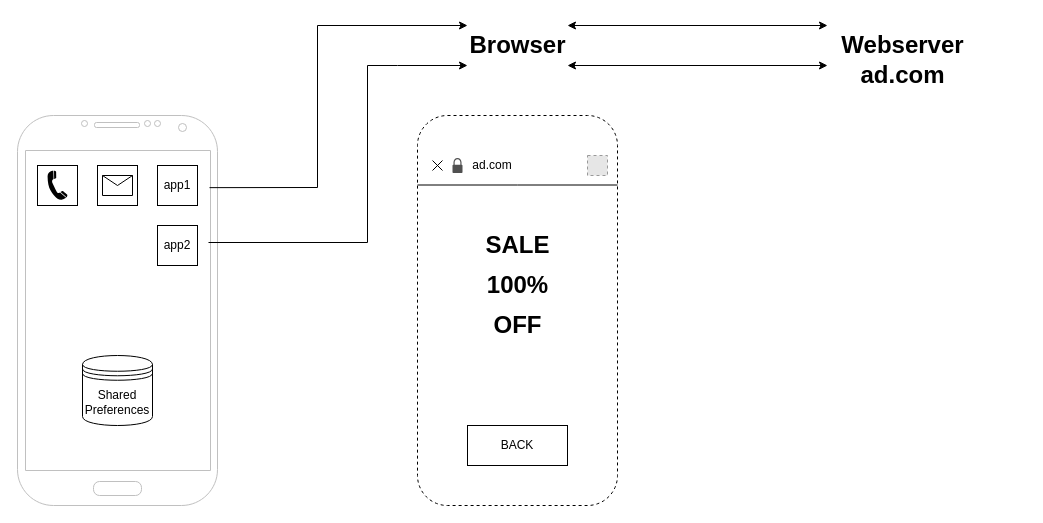
Before: thesis-template/res/Figures/Untitled Diagram.drawio in timchr42/thesis, a draw.io diagram. Source tidied: cells renumbered, new cells numbered last; positions are measured from the earlier drawing's top-left corner, leaving out a move shared by most shapes. Both pictures are drawn from the tidied source at 100%, with x=0, y=0 at pixel (17, 25). Pictures stored in the file or linked from it are replaced by grey dashed boxes.
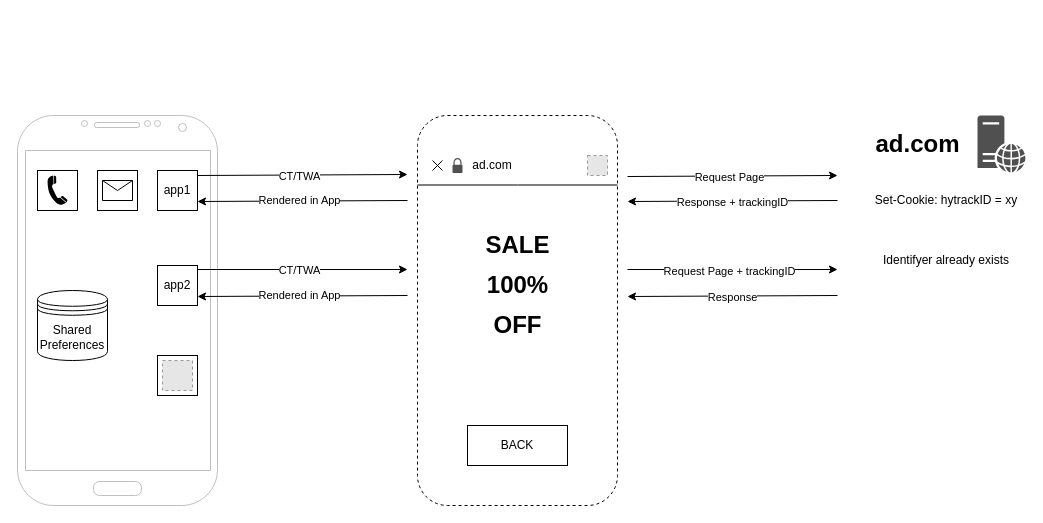
Above is the later version.

The change refers to these unchanged cells:
```xml
<mxCell id="4" style="verticalLabelPosition=bottom;verticalAlign=top;html=1;shadow=0;dashed=0;strokeWidth=1;shape=mxgraph.android.phone2;strokeColor=#c0c0c0;" parent="1" vertex="1">
  <mxGeometry y="90" width="200" height="390" as="geometry" />
</mxCell>
```

Diff of the diagram source:
```diff
@@
     <mxCell id="2" style="whiteSpace=wrap;html=1;" parent="1" vertex="1">
-      <mxGeometry x="80" y="140" width="40" height="40" as="geometry" />
+      <mxGeometry x="80" y="145" width="40" height="40" as="geometry" />
     </mxCell>
     <mxCell id="3" style="whiteSpace=wrap;html=1;" parent="1" vertex="1">
-      <mxGeometry x="20" y="140" width="40" height="40" as="geometry" />
+      <mxGeometry x="20" y="145" width="40" height="40" as="geometry" />
     </mxCell>
@@
     <mxCell id="5" style="shape=mxgraph.signs.tech.telephone_3;html=1;fillColor=#000000;strokeColor=none;verticalLabelPosition=bottom;verticalAlign=top;align=center;" parent="1" vertex="1">
-      <mxGeometry x="30" y="145" width="20" height="30" as="geometry" />
+      <mxGeometry x="30" y="150" width="20" height="30" as="geometry" />
     </mxCell>
     <mxCell id="6" style="shape=message;html=1;html=1;labelPosition=center;verticalLabelPosition=bottom;align=center;verticalAlign=top;" parent="1" vertex="1">
-      <mxGeometry x="85" y="150" width="30" height="20" as="geometry" />
+      <mxGeometry x="85" y="155" width="30" height="20" as="geometry" />
     </mxCell>
     <mxCell id="7" value="app2" style="whiteSpace=wrap;html=1;" parent="1" vertex="1">
-      <mxGeometry x="140" y="200" width="40" height="40" as="geometry" />
+      <mxGeometry x="140" y="240" width="40" height="40" as="geometry" />
     </mxCell>
     <mxCell id="8" value="app1" style="whiteSpace=wrap;html=1;" parent="1" vertex="1">
-      <mxGeometry x="140" y="140" width="40" height="40" as="geometry" />
+      <mxGeometry x="140" y="145" width="40" height="40" as="geometry" />
     </mxCell>
@@
     <mxCell id="19" value="Shared Preferences" style="shape=datastore;whiteSpace=wrap;html=1;" parent="1" vertex="1">
-      <mxGeometry x="65" y="330" width="70" height="70" as="geometry" />
+      <mxGeometry x="20" y="265" width="70" height="70" as="geometry" />
     </mxCell>
-    <mxCell id="20" value="Browser" style="text;strokeColor=none;fillColor=none;html=1;fontSize=24;fontStyle=1;verticalAlign=middle;align=center;" parent="1" vertex="1">
-      <mxGeometry x="450" width="100" height="40" as="geometry" />
-    </mxCell>
-    <mxCell id="21" value="&lt;div&gt;Webserver&lt;/div&gt;" style="text;strokeColor=none;fillColor=none;html=1;fontSize=24;fontStyle=1;verticalAlign=middle;align=center;" parent="1" vertex="1">
-      <mxGeometry x="810" width="150" height="40" as="geometry" />
-    </mxCell>
-    <mxCell id="22" style="endArrow=classic;html=1;rounded=0;exitX=0.96;exitY=0.185;exitDx=0;exitDy=0;exitPerimeter=0;entryX=0;entryY=0;entryDx=0;entryDy=0;" parent="1" edge="1" source="4" target="20">
-      <mxGeometry relative="1" as="geometry">
-        <Array as="points">
-          <mxPoint x="300" y="162" />
-          <mxPoint x="300" />
-        </Array>
-      </mxGeometry>
-    </mxCell>
-    <mxCell id="23" style="endArrow=classic;html=1;rounded=0;exitX=0.955;exitY=0.172;exitDx=0;exitDy=0;exitPerimeter=0;entryX=0;entryY=1;entryDx=0;entryDy=0;" parent="1" edge="1" target="20">
-      <mxGeometry relative="1" as="geometry">
-        <mxPoint x="191" y="217" as="sourcePoint" />
-        <Array as="points">
-          <mxPoint x="350" y="217" />
-          <mxPoint x="350" y="40" />
-          <mxPoint x="380" y="40" />
-        </Array>
-      </mxGeometry>
-    </mxCell>
-    <mxCell id="24" style="endArrow=classic;startArrow=classic;html=1;rounded=0;entryX=0;entryY=0;entryDx=0;entryDy=0;exitX=1;exitY=0;exitDx=0;exitDy=0;" parent="1" edge="1" source="20" target="21">
-      <mxGeometry relative="1" as="geometry" />
-    </mxCell>
-    <mxCell id="25" style="endArrow=classic;startArrow=classic;html=1;rounded=0;entryX=0;entryY=1;entryDx=0;entryDy=0;exitX=1;exitY=1;exitDx=0;exitDy=0;" parent="1" edge="1" source="20" target="21">
-      <mxGeometry relative="1" as="geometry" />
-    </mxCell>
     <mxCell id="26" value="&lt;div&gt;ad.com&lt;/div&gt;" style="text;strokeColor=none;fillColor=none;html=1;fontSize=24;fontStyle=1;verticalAlign=middle;align=center;" parent="1" vertex="1">
-      <mxGeometry x="835" y="30" width="100" height="40" as="geometry" />
+      <mxGeometry x="850" y="98.5" width="100" height="40" as="geometry" />
     </mxCell>
+    <mxCell id="27" style="sketch=0;shadow=0;dashed=0;html=1;strokeColor=none;fillColor=#505050;labelPosition=center;verticalLabelPosition=bottom;verticalAlign=top;align=center;shape=mxgraph.office.servers.web_server;" parent="1" vertex="1">
+      <mxGeometry x="960" y="90" width="48" height="57" as="geometry" />
+    </mxCell>
+    <mxCell id="28" style="endArrow=classic;html=1;rounded=0;exitX=1;exitY=0.5;exitDx=0;exitDy=0;" parent="1" edge="1">
+      <mxGeometry relative="1" as="geometry">
+        <mxPoint x="180" y="150" as="sourcePoint" />
+        <mxPoint x="390" y="149" as="targetPoint" />
+      </mxGeometry>
+    </mxCell>
+    <mxCell id="29" value="CT/TWA" style="edgeLabel;html=1;align=center;verticalAlign=middle;" parent="28" vertex="1">
+      <mxGeometry x="-0.04" y="-1" relative="1" as="geometry" />
+    </mxCell>
+    <mxCell id="30" style="endArrow=classic;html=1;rounded=0;exitX=1;exitY=0.5;exitDx=0;exitDy=0;" parent="1" edge="1">
+      <mxGeometry relative="1" as="geometry">
+        <mxPoint x="180" y="244" as="sourcePoint" />
+        <mxPoint x="390" y="244" as="targetPoint" />
+      </mxGeometry>
+    </mxCell>
+    <mxCell id="31" value="CT/TWA" style="edgeLabel;html=1;align=center;verticalAlign=middle;" parent="30" vertex="1">
+      <mxGeometry x="-0.04" relative="1" as="geometry" />
+    </mxCell>
+    <mxCell id="32" style="endArrow=classic;html=1;rounded=0;exitX=1;exitY=0.5;exitDx=0;exitDy=0;" parent="1" edge="1">
+      <mxGeometry relative="1" as="geometry">
+        <mxPoint x="610" y="151" as="sourcePoint" />
+        <mxPoint x="820" y="150" as="targetPoint" />
+      </mxGeometry>
+    </mxCell>
+    <mxCell id="33" value="Request Page" style="edgeLabel;html=1;align=center;verticalAlign=middle;" parent="32" vertex="1">
+      <mxGeometry x="-0.04" y="-1" relative="1" as="geometry" />
+    </mxCell>
+    <mxCell id="34" style="endArrow=classic;html=1;rounded=0;exitX=1;exitY=0.5;exitDx=0;exitDy=0;" parent="1" edge="1">
+      <mxGeometry relative="1" as="geometry">
+        <mxPoint x="820" y="175" as="sourcePoint" />
+        <mxPoint x="610" y="176" as="targetPoint" />
+      </mxGeometry>
+    </mxCell>
+    <mxCell id="35" value="Response + trackingID" style="edgeLabel;html=1;align=center;verticalAlign=middle;" parent="34" vertex="1">
+      <mxGeometry x="0.01" y="1" relative="1" as="geometry" />
+    </mxCell>
+    <mxCell id="36" style="whiteSpace=wrap;html=1;" parent="1" vertex="1">
+      <mxGeometry x="140" y="330" width="40" height="40" as="geometry" />
+    </mxCell>
+    <mxCell id="37" style="fillColor=#E6E6E6;strokeColor=#999999;dashed=1;html=1;verticalAlign=top;verticalLabelPosition=bottom;labelBackgroundColor=#ffffff;" parent="1" vertex="1">
+      <mxGeometry x="145" y="335" width="30" height="30" as="geometry" />
+    </mxCell>
+    <mxCell id="38" value="Set-Cookie: hytrackID = xy" style="text;html=1;whiteSpace=wrap;strokeColor=none;fillColor=none;align=center;verticalAlign=middle;rounded=0;" parent="1" vertex="1">
+      <mxGeometry x="854" y="160" width="150" height="30" as="geometry" />
+    </mxCell>
+    <mxCell id="39" style="endArrow=classic;html=1;rounded=0;exitX=1;exitY=0.5;exitDx=0;exitDy=0;" parent="1" edge="1">
+      <mxGeometry relative="1" as="geometry">
+        <mxPoint x="610" y="244" as="sourcePoint" />
+        <mxPoint x="820" y="244" as="targetPoint" />
+      </mxGeometry>
+    </mxCell>
+    <mxCell id="40" value="Request Page + trackingID" style="edgeLabel;html=1;align=center;verticalAlign=middle;" parent="39" vertex="1">
+      <mxGeometry x="-0.04" y="-1" relative="1" as="geometry" />
+    </mxCell>
+    <mxCell id="41" style="endArrow=classic;html=1;rounded=0;exitX=1;exitY=0.5;exitDx=0;exitDy=0;" parent="1" edge="1">
+      <mxGeometry relative="1" as="geometry">
+        <mxPoint x="820" y="270" as="sourcePoint" />
+        <mxPoint x="610" y="271" as="targetPoint" />
+      </mxGeometry>
+    </mxCell>
+    <mxCell id="42" value="Response" style="edgeLabel;html=1;align=center;verticalAlign=middle;" parent="41" vertex="1">
+      <mxGeometry x="0.01" y="1" relative="1" as="geometry" />
+    </mxCell>
+    <mxCell id="43" style="endArrow=classic;html=1;rounded=0;exitX=1;exitY=0.5;exitDx=0;exitDy=0;" parent="1" edge="1">
+      <mxGeometry relative="1" as="geometry">
+        <mxPoint x="390" y="175" as="sourcePoint" />
+        <mxPoint x="180" y="176" as="targetPoint" />
+      </mxGeometry>
+    </mxCell>
+    <mxCell id="44" value="Rendered in App" style="edgeLabel;html=1;align=center;verticalAlign=middle;" parent="43" vertex="1">
+      <mxGeometry x="0.03" y="-1" relative="1" as="geometry" />
+    </mxCell>
+    <mxCell id="45" style="endArrow=classic;html=1;rounded=0;exitX=1;exitY=0.5;exitDx=0;exitDy=0;" parent="1" edge="1">
+      <mxGeometry relative="1" as="geometry">
+        <mxPoint x="390" y="270" as="sourcePoint" />
+        <mxPoint x="180" y="271" as="targetPoint" />
+      </mxGeometry>
+    </mxCell>
+    <mxCell id="46" value="Rendered in App" style="edgeLabel;html=1;align=center;verticalAlign=middle;" parent="45" vertex="1">
+      <mxGeometry x="0.03" y="-1" relative="1" as="geometry" />
+    </mxCell>
+    <mxCell id="47" value="Identifyer already exists" style="text;html=1;whiteSpace=wrap;strokeColor=none;fillColor=none;align=center;verticalAlign=middle;rounded=0;" parent="1" vertex="1">
+      <mxGeometry x="864" y="220" width="130" height="30" as="geometry" />
+    </mxCell>
```
